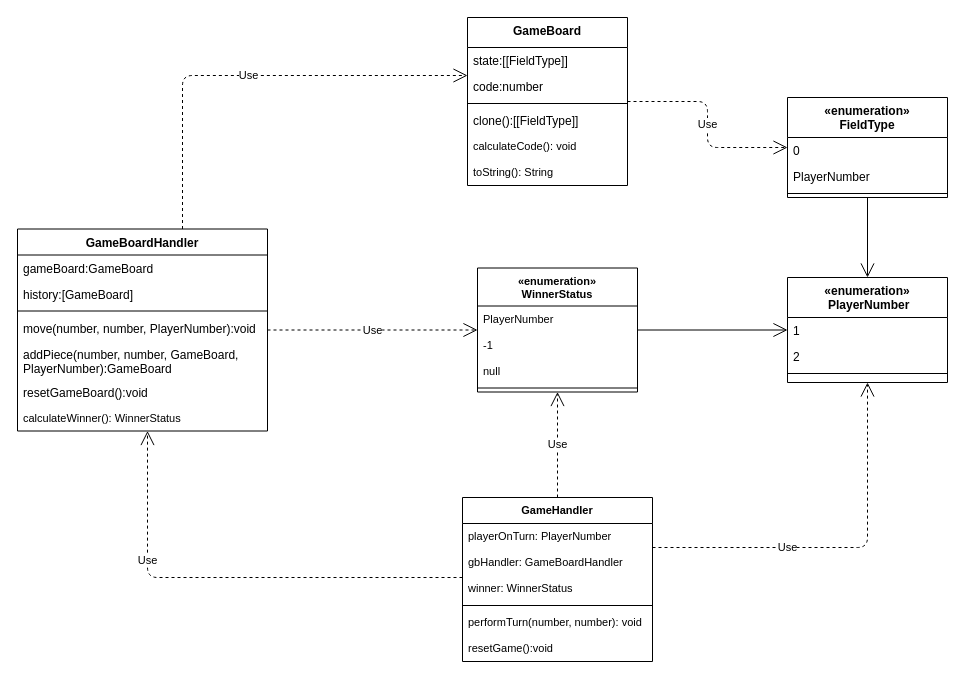
Above: ProductBacklog/Klassendiagramme/Aktuell.drawio in idlaviV/TIKTacToe (draw.io), before the change. Source tidied: cells renumbered, new cells numbered last; positions are measured from the earlier drawing's top-left corner, leaving out a move shared by most shapes. Both pictures are drawn from the tidied source at 100%, with x=0, y=0 at pixel (17, 17).
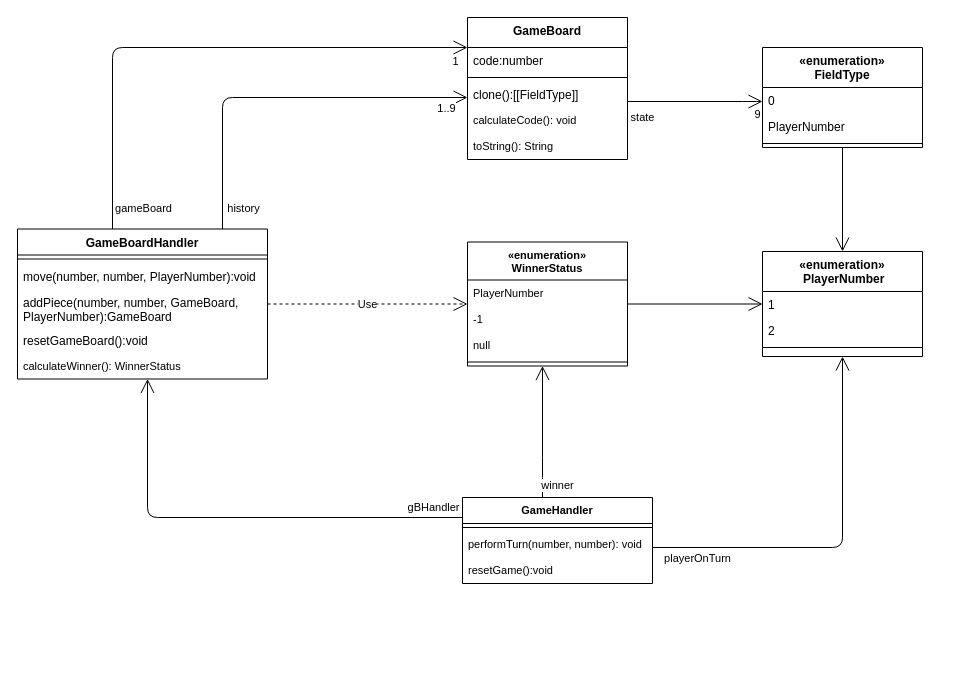
The same diagram, later.

Commit message (it also covers changes not shown here):
changed class diagrams

Diff of the diagram source:
```diff
@@
     <mxCell id="2" value="GameBoard" style="swimlane;fontStyle=1;align=center;verticalAlign=top;horizontal=1;startSize=30;rounded=0;shadow=0;strokeWidth=1;" parent="1" vertex="1">
-      <mxGeometry x="450" width="160" height="168" as="geometry" />
+      <mxGeometry x="450" width="160" height="142" as="geometry" />
     </mxCell>
-    <mxCell id="3" value="state:[[FieldType]]" style="text;align=left;verticalAlign=top;spacingLeft=4;spacingRight=4;overflow=hidden;" parent="2" vertex="1">
-      <mxGeometry y="30" width="160" height="26" as="geometry" />
-    </mxCell>
     <mxCell id="4" value="code:number" style="text;align=left;verticalAlign=top;spacingLeft=4;spacingRight=4;overflow=hidden;rounded=0;shadow=0;html=0;" parent="2" vertex="1">
-      <mxGeometry y="56" width="160" height="26" as="geometry" />
+      <mxGeometry y="30" width="160" height="26" as="geometry" />
     </mxCell>
     <mxCell id="5" style="line;html=1;strokeWidth=1;align=left;verticalAlign=middle;spacingTop=-1;spacingLeft=3;spacingRight=3;labelPosition=right;" parent="2" vertex="1">
-      <mxGeometry y="82" width="160" height="8" as="geometry" />
+      <mxGeometry y="56" width="160" height="8" as="geometry" />
     </mxCell>
     <mxCell id="6" value="clone():[[FieldType]]" style="text;align=left;verticalAlign=top;spacingLeft=4;spacingRight=4;overflow=hidden;fontStyle=0;" parent="2" vertex="1">
-      <mxGeometry y="90" width="160" height="26" as="geometry" />
+      <mxGeometry y="64" width="160" height="26" as="geometry" />
     </mxCell>
     <mxCell id="7" value="calculateCode(): void" style="text;strokeColor=none;fillColor=none;align=left;verticalAlign=top;spacingLeft=4;spacingRight=4;overflow=hidden;fontFamily=Helvetica;fontSize=11;fontColor=default;" parent="2" vertex="1">
-      <mxGeometry y="116" width="160" height="26" as="geometry" />
+      <mxGeometry y="90" width="160" height="26" as="geometry" />
     </mxCell>
     <mxCell id="8" value="toString(): String" style="text;strokeColor=none;fillColor=none;align=left;verticalAlign=top;spacingLeft=4;spacingRight=4;overflow=hidden;fontFamily=Helvetica;fontSize=11;fontColor=default;" parent="2" vertex="1">
-      <mxGeometry y="142" width="160" height="26" as="geometry" />
+      <mxGeometry y="116" width="160" height="26" as="geometry" />
     </mxCell>
     <mxCell id="9" value="GameBoardHandler" style="swimlane;fontStyle=1;align=center;verticalAlign=top;horizontal=1;startSize=26;rounded=0;shadow=0;strokeWidth=1;" parent="1" vertex="1">
-      <mxGeometry y="211.5" width="250" height="202" as="geometry" />
+      <mxGeometry y="211.5" width="250" height="150" as="geometry" />
     </mxCell>
-    <mxCell id="10" value="gameBoard:GameBoard" style="text;align=left;verticalAlign=top;spacingLeft=4;spacingRight=4;overflow=hidden;" parent="9" vertex="1">
-      <mxGeometry y="26" width="250" height="26" as="geometry" />
-    </mxCell>
-    <mxCell id="11" value="history:[GameBoard]" style="text;align=left;verticalAlign=top;spacingLeft=4;spacingRight=4;overflow=hidden;rounded=0;shadow=0;html=0;" parent="9" vertex="1">
-      <mxGeometry y="52" width="250" height="26" as="geometry" />
-    </mxCell>
     <mxCell id="12" style="line;html=1;strokeWidth=1;align=left;verticalAlign=middle;spacingTop=-1;spacingLeft=3;spacingRight=3;labelPosition=right;" parent="9" vertex="1">
-      <mxGeometry y="78" width="250" height="8" as="geometry" />
+      <mxGeometry y="26" width="250" height="8" as="geometry" />
     </mxCell>
     <mxCell id="13" value="move(number, number, PlayerNumber):void" style="text;align=left;verticalAlign=top;spacingLeft=4;spacingRight=4;overflow=hidden;fontStyle=0;" parent="9" vertex="1">
-      <mxGeometry y="86" width="250" height="26" as="geometry" />
+      <mxGeometry y="34" width="250" height="26" as="geometry" />
     </mxCell>
     <mxCell id="14" value="addPiece(number, number, GameBoard, &#10;PlayerNumber):GameBoard" style="text;strokeColor=none;fillColor=none;align=left;verticalAlign=top;spacingLeft=4;spacingRight=4;overflow=hidden;" parent="9" vertex="1">
-      <mxGeometry y="112" width="250" height="38" as="geometry" />
+      <mxGeometry y="60" width="250" height="38" as="geometry" />
     </mxCell>
     <mxCell id="15" value="resetGameBoard():void" style="text;strokeColor=none;fillColor=none;align=left;verticalAlign=top;spacingLeft=4;spacingRight=4;overflow=hidden;" parent="9" vertex="1">
-      <mxGeometry y="150" width="250" height="26" as="geometry" />
+      <mxGeometry y="98" width="250" height="26" as="geometry" />
     </mxCell>
     <mxCell id="16" value="calculateWinner(): WinnerStatus" style="text;strokeColor=none;fillColor=none;align=left;verticalAlign=top;spacingLeft=4;spacingRight=4;overflow=hidden;fontFamily=Helvetica;fontSize=11;fontColor=default;" parent="9" vertex="1">
-      <mxGeometry y="176" width="250" height="26" as="geometry" />
+      <mxGeometry y="124" width="250" height="26" as="geometry" />
     </mxCell>
     <mxCell id="17" value="«enumeration»&#10; PlayerNumber" style="swimlane;fontStyle=1;align=center;verticalAlign=top;horizontal=1;startSize=40;rounded=0;shadow=0;strokeWidth=1;" parent="1" vertex="1">
-      <mxGeometry x="770" y="260" width="160" height="105" as="geometry" />
+      <mxGeometry x="745" y="234" width="160" height="105" as="geometry" />
     </mxCell>
@@
     <mxCell id="21" value="«enumeration»&#10;FieldType" style="swimlane;fontStyle=1;align=center;verticalAlign=top;horizontal=1;startSize=40;" parent="1" vertex="1">
-      <mxGeometry x="770" y="80" width="160" height="100" as="geometry" />
+      <mxGeometry x="745" y="30" width="160" height="100" as="geometry" />
     </mxCell>
@@
-    <mxCell id="25" value="Use" style="endArrow=open;endSize=12;dashed=1;html=1;edgeStyle=orthogonalEdgeStyle;" parent="1" edge="1" source="9" target="2">
-      <mxGeometry relative="1" as="geometry">
-        <Array as="points">
-          <mxPoint x="165" y="58" />
-        </Array>
-      </mxGeometry>
-    </mxCell>
-    <mxCell id="26" value="Use" style="endArrow=open;endSize=12;dashed=1;html=1;edgeStyle=orthogonalEdgeStyle;" parent="1" edge="1" source="2" target="21">
-      <mxGeometry relative="1" as="geometry" />
+    <mxCell id="26" value="state" style="endArrow=open;endSize=12;html=1;edgeStyle=orthogonalEdgeStyle;" parent="1" edge="1" source="2" target="21">
+      <mxGeometry x="-0.78" y="-16" relative="1" as="geometry">
+        <Array as="points">
+          <mxPoint x="735" y="84" />
+          <mxPoint x="735" y="84" />
+        </Array>
+      </mxGeometry>
     </mxCell>
+    <mxCell id="45" value="9" style="edgeLabel;html=1;align=center;verticalAlign=middle;" parent="26" vertex="1">
+      <mxGeometry x="0.74" y="-3" relative="1" as="geometry">
+        <mxPoint x="12" y="9" as="offset" />
+      </mxGeometry>
+    </mxCell>
@@
     <mxCell id="28" value="«enumeration»&#10;WinnerStatus" style="swimlane;fontStyle=1;align=center;verticalAlign=top;horizontal=1;startSize=38;fontFamily=Helvetica;fontSize=11;fontColor=default;" parent="1" vertex="1">
-      <mxGeometry x="460" y="250.5" width="160" height="124" as="geometry" />
+      <mxGeometry x="450" y="224.5" width="160" height="124" as="geometry" />
     </mxCell>
@@
     <mxCell id="35" value="GameHandler" style="swimlane;fontStyle=1;align=center;verticalAlign=top;horizontal=1;startSize=26;fontFamily=Helvetica;fontSize=11;fontColor=default;" parent="1" vertex="1">
-      <mxGeometry x="445" y="480" width="190" height="164" as="geometry" />
+      <mxGeometry x="445" y="480" width="190" height="86" as="geometry" />
     </mxCell>
-    <mxCell id="36" value="playerOnTurn: PlayerNumber" style="text;strokeColor=none;fillColor=none;align=left;verticalAlign=top;spacingLeft=4;spacingRight=4;overflow=hidden;fontFamily=Helvetica;fontSize=11;fontColor=default;" parent="35" vertex="1">
-      <mxGeometry y="26" width="190" height="26" as="geometry" />
-    </mxCell>
-    <mxCell id="37" value="gbHandler: GameBoardHandler" style="text;strokeColor=none;fillColor=none;align=left;verticalAlign=top;spacingLeft=4;spacingRight=4;overflow=hidden;fontFamily=Helvetica;fontSize=11;fontColor=default;" parent="35" vertex="1">
-      <mxGeometry y="52" width="190" height="26" as="geometry" />
-    </mxCell>
-    <mxCell id="38" value="winner: WinnerStatus" style="text;strokeColor=none;fillColor=none;align=left;verticalAlign=top;spacingLeft=4;spacingRight=4;overflow=hidden;fontFamily=Helvetica;fontSize=11;fontColor=default;" parent="35" vertex="1">
-      <mxGeometry y="78" width="190" height="26" as="geometry" />
-    </mxCell>
     <mxCell id="39" style="line;strokeWidth=1;fillColor=none;align=left;verticalAlign=middle;spacingTop=-1;spacingLeft=3;spacingRight=3;labelPosition=right;strokeColor=inherit;fontFamily=Helvetica;fontSize=11;fontColor=default;" parent="35" vertex="1">
-      <mxGeometry y="104" width="190" height="8" as="geometry" />
+      <mxGeometry y="26" width="190" height="8" as="geometry" />
     </mxCell>
     <mxCell id="40" value="performTurn(number, number): void" style="text;strokeColor=none;fillColor=none;align=left;verticalAlign=top;spacingLeft=4;spacingRight=4;overflow=hidden;fontFamily=Helvetica;fontSize=11;fontColor=default;" parent="35" vertex="1">
-      <mxGeometry y="112" width="190" height="26" as="geometry" />
+      <mxGeometry y="34" width="190" height="26" as="geometry" />
     </mxCell>
     <mxCell id="41" value="resetGame():void" style="text;strokeColor=none;fillColor=none;align=left;verticalAlign=top;spacingLeft=4;spacingRight=4;overflow=hidden;fontFamily=Helvetica;fontSize=11;fontColor=default;" parent="35" vertex="1">
-      <mxGeometry y="138" width="190" height="26" as="geometry" />
+      <mxGeometry y="60" width="190" height="26" as="geometry" />
     </mxCell>
-    <mxCell id="42" value="Use" style="endArrow=open;endSize=12;dashed=1;html=1;rounded=1;labelBackgroundColor=default;strokeColor=default;fontFamily=Helvetica;fontSize=11;fontColor=default;shape=connector;edgeStyle=elbowEdgeStyle;" parent="1" edge="1" source="35" target="9">
-      <mxGeometry x="0.44" relative="1" as="geometry">
+    <mxCell id="42" value="gBHandler" style="endArrow=open;endSize=12;html=1;rounded=1;labelBackgroundColor=default;strokeColor=default;fontFamily=Helvetica;fontSize=11;fontColor=default;shape=connector;edgeStyle=elbowEdgeStyle;" parent="1" edge="1" source="35" target="9">
+      <mxGeometry x="-0.87" y="-10" relative="1" as="geometry">
         <Array as="points">
+          <mxPoint x="130" y="500" />
           <mxPoint x="130" y="560" />
         </Array>
       </mxGeometry>
     </mxCell>
-    <mxCell id="43" value="Use" style="endArrow=open;endSize=12;dashed=1;html=1;rounded=1;labelBackgroundColor=default;strokeColor=default;fontFamily=Helvetica;fontSize=11;fontColor=default;shape=connector;" parent="1" edge="1" source="35" target="28">
-      <mxGeometry relative="1" as="geometry" />
+    <mxCell id="43" value="winner" style="endArrow=open;endSize=12;html=1;rounded=1;labelBackgroundColor=default;strokeColor=default;fontFamily=Helvetica;fontSize=11;fontColor=default;shape=connector;edgeStyle=elbowEdgeStyle;" parent="1" edge="1" source="35" target="28">
+      <mxGeometry x="-0.81" y="-15" relative="1" as="geometry">
+        <Array as="points">
+          <mxPoint x="525" y="450" />
+          <mxPoint x="485" y="420" />
+        </Array>
+      </mxGeometry>
     </mxCell>
+    <mxCell id="46" style="endArrow=open;endFill=1;endSize=12;html=1;edgeStyle=elbowEdgeStyle;" parent="1" edge="1" source="9" target="2">
+      <mxGeometry relative="1" as="geometry">
+        <Array as="points">
+          <mxPoint x="95" y="30" />
+        </Array>
+      </mxGeometry>
+    </mxCell>
+    <mxCell id="47" value="1" style="edgeLabel;html=1;align=center;verticalAlign=middle;" parent="46" vertex="1">
+      <mxGeometry x="0.9" y="-1" relative="1" as="geometry">
+        <mxPoint x="14" y="12" as="offset" />
+      </mxGeometry>
+    </mxCell>
+    <mxCell id="48" value="gameBoard" style="edgeLabel;html=1;align=center;verticalAlign=middle;" parent="46" vertex="1">
+      <mxGeometry x="-0.9" y="2" relative="1" as="geometry">
+        <mxPoint x="32" y="6" as="offset" />
+      </mxGeometry>
+    </mxCell>
+    <mxCell id="49" style="endArrow=open;endFill=1;endSize=12;html=1;edgeStyle=elbowEdgeStyle;" parent="1" edge="1" source="9" target="2">
+      <mxGeometry relative="1" as="geometry">
+        <Array as="points">
+          <mxPoint x="205" y="80" />
+        </Array>
+      </mxGeometry>
+    </mxCell>
+    <mxCell id="50" value="history" style="edgeLabel;html=1;align=center;verticalAlign=middle;" parent="49" vertex="1">
+      <mxGeometry x="-0.85" y="2" relative="1" as="geometry">
+        <mxPoint x="22" y="7" as="offset" />
+      </mxGeometry>
+    </mxCell>
+    <mxCell id="51" value="1..9" style="edgeLabel;html=1;align=center;verticalAlign=middle;" parent="49" vertex="1">
+      <mxGeometry x="0.88" y="1" relative="1" as="geometry">
+        <mxPoint x="1" y="11" as="offset" />
+      </mxGeometry>
+    </mxCell>
-    <mxCell id="44" value="Use" style="endArrow=open;endSize=12;dashed=1;html=1;rounded=1;labelBackgroundColor=default;strokeColor=default;fontFamily=Helvetica;fontSize=11;fontColor=default;shape=connector;edgeStyle=elbowEdgeStyle;" parent="1" edge="1" source="35" target="17">
-      <mxGeometry x="-0.29" relative="1" as="geometry">
+    <mxCell id="44" style="endArrow=open;endFill=1;endSize=12;html=1;edgeStyle=elbowEdgeStyle;" parent="1" edge="1" source="35" target="17">
+      <mxGeometry relative="1" as="geometry">
         <Array as="points">
-          <mxPoint x="850" y="530" />
+          <mxPoint x="825" y="530" />
+          <mxPoint x="805" y="480" />
+          <mxPoint x="805" y="562" />
         </Array>
       </mxGeometry>
     </mxCell>
+    <mxCell id="52" value="playerOnTurn" style="edgeLabel;html=1;align=center;verticalAlign=middle;" parent="44" vertex="1">
+      <mxGeometry x="-0.75" y="-1" relative="1" as="geometry">
+        <mxPoint x="-4" y="9" as="offset" />
+      </mxGeometry>
+    </mxCell>
```
